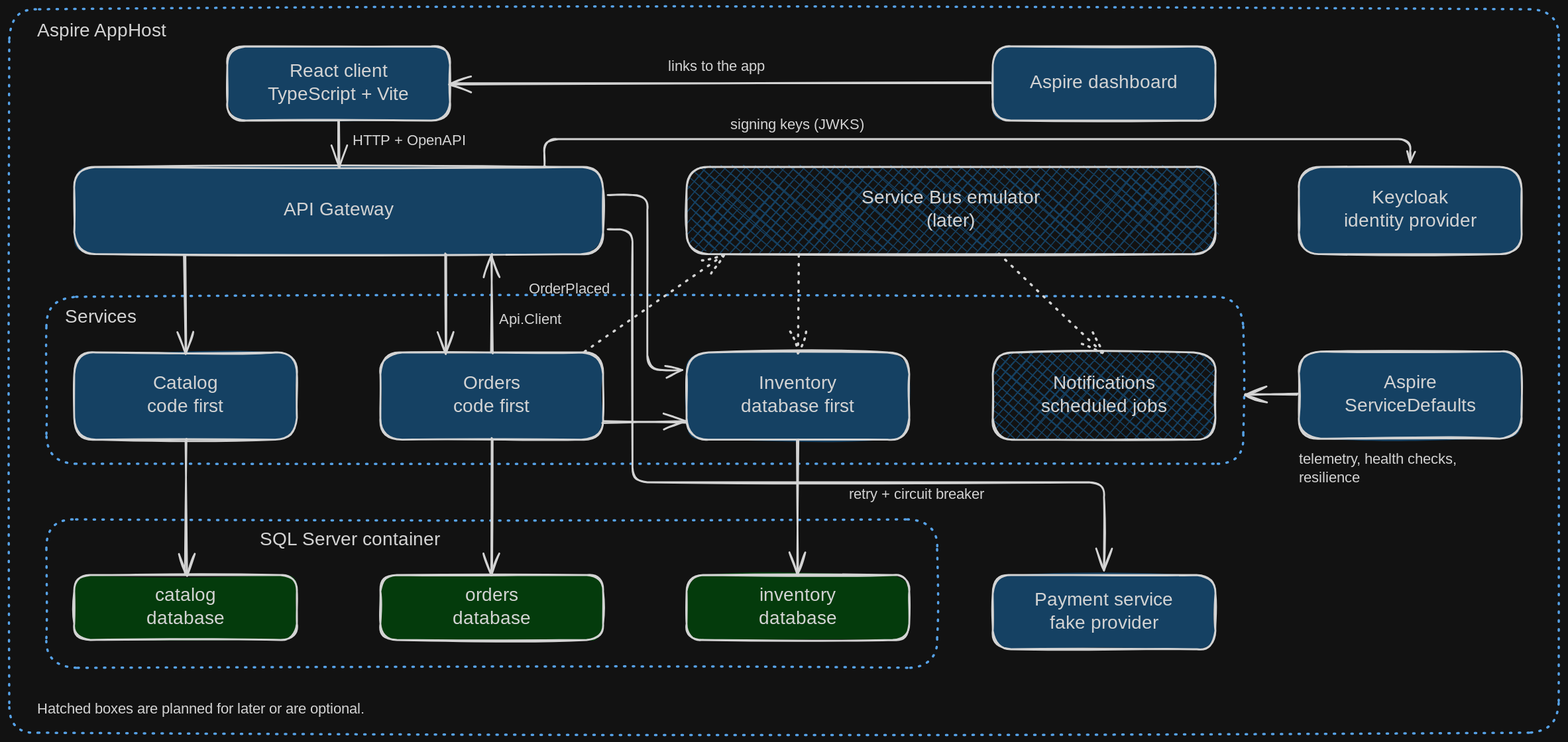
Before: resources/schemas/CatDemoArchitecture.excalidraw.svg, a diagram exported from Excalidraw (gmarginet/CleanArchitectureToolkit). Source tidied: one line per element, renumbered; positions are measured from the earlier drawing's top-left corner, leaving out a move shared by most shapes.
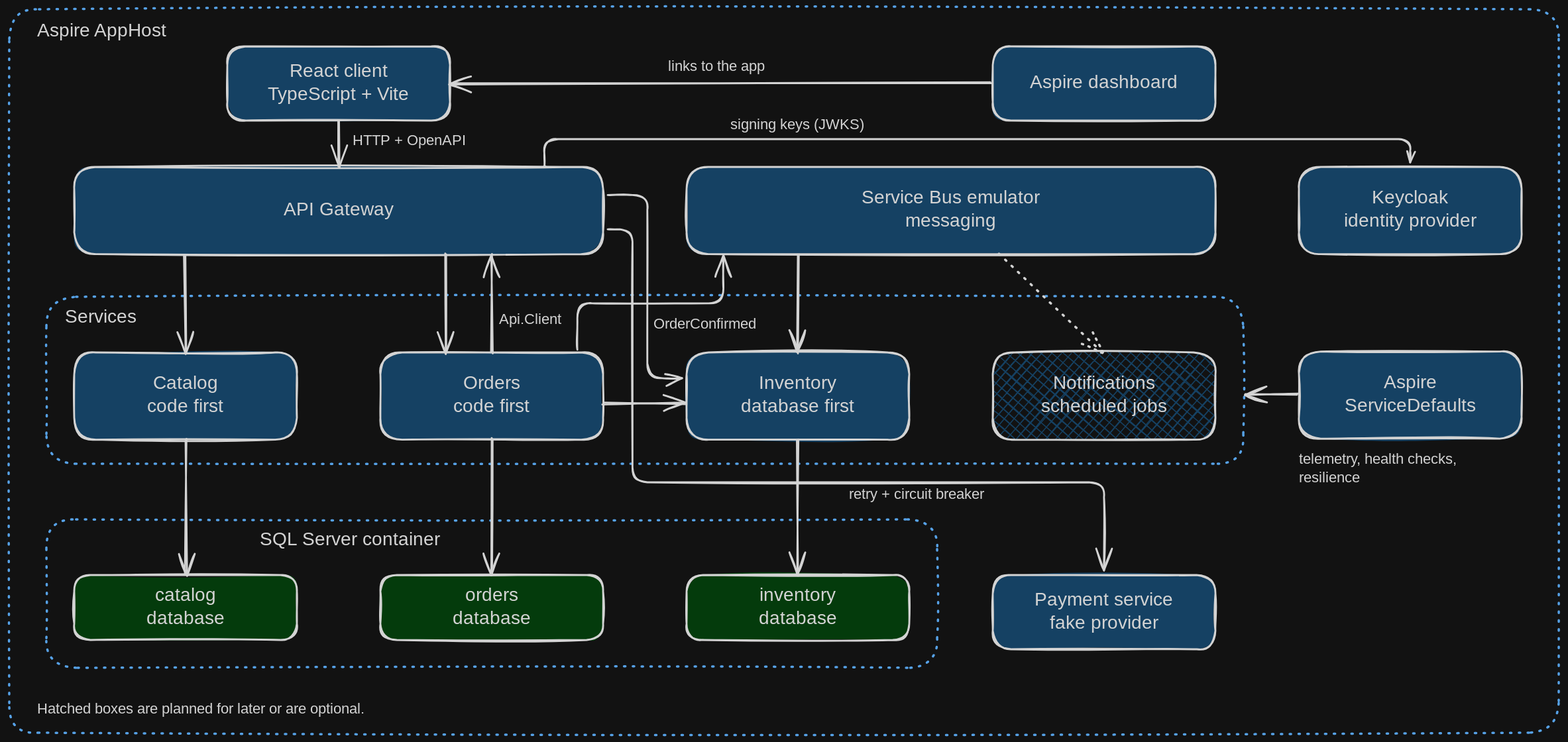
The same file after the commit.

Commit message:
Describe the OrderConfirmed message flow in the demo readme and drawing (skip-pub)

Add the Service Bus emulator chapter, the outbox and listener parts of the
Orders and Inventory chapters, and the new run steps. The drawing shows the
emulator as built, with solid arrows from Orders to the bus and from the bus
to Inventory.

Diff of the diagram source:
```diff
@@ -10,8 +10,8 @@
 {"id": 9, "type": "text", "text": "Aspire dashboard", "strokeColor": "#1e1e1e", "strokeWidth": 2, "roughness": 1, "fontSize": 20, "fontFamily": 5, "textAlign": "center", "verticalAlign": "middle", "inside": 8, "x": 1096, "y": 68, "width": 167, "height": 25}
 {"id": 10, "type": "rectangle", "strokeColor": "#1e1e1e", "backgroundColor": "#a5d8ff", "fillStyle": "solid", "strokeWidth": 2, "roughness": 1, "round": true, "x": 70, "y": 170, "width": 570, "height": 94}
 {"id": 11, "type": "text", "text": "API Gateway", "strokeColor": "#1e1e1e", "strokeWidth": 2, "roughness": 1, "fontSize": 20, "fontFamily": 5, "textAlign": "center", "verticalAlign": "middle", "inside": 10, "x": 299, "y": 204, "width": 111, "height": 25}
-{"id": 12, "type": "rectangle", "strokeColor": "#1e1e1e", "backgroundColor": "#a5d8ff", "fillStyle": "cross-hatch", "strokeWidth": 2, "roughness": 1, "round": true, "x": 730, "y": 170, "width": 570, "height": 94}
+{"id": 12, "type": "rectangle", "strokeColor": "#1e1e1e", "backgroundColor": "#a5d8ff", "fillStyle": "solid", "strokeWidth": 2, "roughness": 1, "round": true, "x": 730, "y": 170, "width": 570, "height": 94}
-{"id": 13, "type": "text", "text": "Service Bus emulator\n(later)", "strokeColor": "#1e1e1e", "strokeWidth": 2, "roughness": 1, "fontSize": 20, "fontFamily": 5, "textAlign": "center", "verticalAlign": "middle", "inside": 12, "x": 914, "y": 192, "width": 202, "height": 50}
+{"id": 13, "type": "text", "text": "Service Bus emulator\nmessaging", "strokeColor": "#1e1e1e", "strokeWidth": 2, "roughness": 1, "fontSize": 20, "fontFamily": 5, "textAlign": "center", "verticalAlign": "middle", "inside": 12, "x": 914, "y": 192, "width": 202, "height": 50}
 {"id": 14, "type": "rectangle", "strokeColor": "#1e1e1e", "backgroundColor": "#a5d8ff", "fillStyle": "solid", "strokeWidth": 2, "roughness": 1, "round": true, "x": 70, "y": 370, "width": 240, "height": 94}
 {"id": 15, "type": "text", "text": "Catalog\ncode first", "strokeColor": "#1e1e1e", "strokeWidth": 2, "roughness": 1, "fontSize": 20, "fontFamily": 5, "textAlign": "center", "verticalAlign": "middle", "inside": 14, "x": 140, "y": 392, "width": 101, "height": 50}
 {"id": 16, "type": "rectangle", "strokeColor": "#1e1e1e", "backgroundColor": "#a5d8ff", "fillStyle": "solid", "strokeWidth": 2, "roughness": 1, "round": true, "x": 400, "y": 370, "width": 240, "height": 94}
@@ -34,8 +34,8 @@
 {"id": 33, "type": "arrow", "strokeColor": "#1e1e1e", "strokeWidth": 2, "roughness": 1, "endArrowhead": "arrow", "round": true, "from": 8, "to": 6, "x": 1059, "y": 80, "width": 583, "height": 0, "points": [[0, 0], [-583, 0]]}
 {"id": 34, "type": "arrow", "strokeColor": "#1e1e1e", "strokeWidth": 2, "roughness": 1, "endArrowhead": "arrow", "round": true, "from": 10, "to": 14, "x": 190, "y": 264, "width": 0, "height": 106, "points": [[0, 0], [0, 106]]}
 {"id": 35, "type": "arrow", "strokeColor": "#1e1e1e", "strokeWidth": 2, "roughness": 1, "endArrowhead": "arrow", "round": true, "from": 10, "to": 16, "x": 470, "y": 264, "width": 0, "height": 106, "points": [[0, 0], [0, 106]]}
-{"id": 36, "type": "arrow", "strokeColor": "#1e1e1e", "strokeWidth": 2, "strokeStyle": "dotted", "roughness": 1, "endArrowhead": "arrow", "round": true, "from": 16, "to": 12, "x": 620, "y": 370, "width": 150, "height": 106, "points": [[0, 0], [150, -106]]}
+{"id": 36, "type": "arrow", "strokeColor": "#1e1e1e", "strokeWidth": 2, "roughness": 1, "endArrowhead": "arrow", "from": 16, "to": 12, "x": 612, "y": 367, "width": 157, "height": 102, "points": [[0, 0], [0, -50], [157, -50], [157, -102]]}
-{"id": 37, "type": "arrow", "strokeColor": "#1e1e1e", "strokeWidth": 2, "strokeStyle": "dotted", "roughness": 1, "endArrowhead": "arrow", "round": true, "from": 12, "to": 18, "x": 850, "y": 264, "width": 0, "height": 106, "points": [[0, 0], [0, 106]]}
+{"id": 37, "type": "arrow", "strokeColor": "#1e1e1e", "strokeWidth": 2, "roughness": 1, "endArrowhead": "arrow", "round": true, "from": 12, "to": 18, "x": 850, "y": 264, "width": 0, "height": 106, "points": [[0, 0], [0, 106]]}
 {"id": 38, "type": "arrow", "strokeColor": "#1e1e1e", "strokeWidth": 2, "strokeStyle": "dotted", "roughness": 1, "endArrowhead": "arrow", "round": true, "from": 12, "to": 20, "x": 1066, "y": 264, "width": 114, "height": 105, "points": [[0, 0], [114, 105]]}
 {"id": 39, "type": "arrow", "strokeColor": "#1e1e1e", "strokeWidth": 2, "roughness": 1, "endArrowhead": "arrow", "round": true, "from": 16, "to": 10, "x": 520, "y": 370, "width": 0, "height": 106, "points": [[0, 0], [0, -106]]}
 {"id": 40, "type": "arrow", "strokeColor": "#1e1e1e", "strokeWidth": 2, "roughness": 1, "endArrowhead": "arrow", "round": true, "from": 14, "to": 24, "x": 190, "y": 464, "width": 0, "height": 146, "points": [[0, 0], [0, 146]]}
@@ -45,7 +45,7 @@
 {"id": 44, "type": "arrow", "strokeColor": "#1e1e1e", "strokeWidth": 2, "roughness": 1, "endArrowhead": "arrow", "round": true, "from": 22, "to": 1, "x": 1389, "y": 416, "width": 58, "height": 0, "points": [[0, 0], [-58, 0]]}
 {"id": 45, "type": "text", "text": "HTTP + OpenAPI", "strokeColor": "#1e1e1e", "strokeWidth": 2, "roughness": 1, "fontSize": 16, "fontFamily": 5, "x": 370, "y": 132, "width": 113, "height": 20}
 {"id": 46, "type": "text", "text": "links to the app", "strokeColor": "#1e1e1e", "strokeWidth": 2, "roughness": 1, "fontSize": 16, "fontFamily": 5, "x": 710, "y": 52, "width": 130, "height": 20}
-{"id": 47, "type": "text", "text": "OrderPlaced", "strokeColor": "#1e1e1e", "strokeWidth": 2, "roughness": 1, "fontSize": 16, "fontFamily": 5, "x": 560, "y": 292, "width": 89, "height": 20}
+{"id": 47, "type": "text", "text": "OrderConfirmed", "strokeColor": "#1e1e1e", "strokeWidth": 2, "roughness": 1, "fontSize": 16, "fontFamily": 5, "x": 694, "y": 330, "width": 113, "height": 20}
 {"id": 48, "type": "text", "text": "Api.Client", "strokeColor": "#1e1e1e", "strokeWidth": 2, "roughness": 1, "fontSize": 16, "fontFamily": 5, "x": 528, "y": 325, "width": 81, "height": 20}
 {"id": 49, "type": "text", "text": "retry + circuit breaker", "strokeColor": "#1e1e1e", "strokeWidth": 2, "roughness": 1, "fontSize": 16, "fontFamily": 5, "x": 905, "y": 514, "width": 186, "height": 20}
 {"id": 50, "type": "text", "text": "telemetry, health checks,\nresilience", "strokeColor": "#1e1e1e", "strokeWidth": 2, "roughness": 1, "fontSize": 16, "fontFamily": 5, "x": 1390, "y": 476, "width": 202, "height": 40}
@@ -54,5 +54,5 @@
 {"id": 53, "type": "text", "text": "Keycloak\nidentity provider", "strokeColor": "#1e1e1e", "strokeWidth": 2, "roughness": 1, "fontSize": 20, "fontFamily": 5, "textAlign": "center", "verticalAlign": "middle", "inside": 52, "x": 1424, "y": 192, "width": 172, "height": 50}
 {"id": 54, "type": "arrow", "strokeColor": "#1e1e1e", "strokeWidth": 2, "roughness": 1, "endArrowhead": "arrow", "from": 10, "to": 52, "x": 577, "y": 170, "width": 933, "height": 30, "points": [[0, 0], [0, 0], [0, -30], [933, -30], [933, -5]]}
 {"id": 55, "type": "text", "text": "signing keys (JWKS)", "strokeColor": "#1e1e1e", "strokeWidth": 2, "roughness": 1, "fontSize": 16, "fontFamily": 5, "x": 777, "y": 115, "width": 154, "height": 20}
-{"id": 56, "type": "arrow", "strokeColor": "#1e1e1e", "strokeWidth": 2, "roughness": 1, "endArrowhead": "arrow", "round": true, "from": 16, "to": 18, "x": 640, "y": 445, "width": 90, "height": 0, "points": [[0, 0], [90, 0]]}
+{"id": 56, "type": "arrow", "strokeColor": "#1e1e1e", "strokeWidth": 2, "roughness": 1, "endArrowhead": "arrow", "round": true, "from": 16, "to": 18, "x": 640, "y": 425, "width": 90, "height": 0, "points": [[0, 0], [90, 0]]}
-{"id": 57, "type": "arrow", "strokeColor": "#1e1e1e", "strokeWidth": 2, "roughness": 1, "endArrowhead": "arrow", "from": 10, "to": 18, "x": 645, "y": 200, "width": 80, "height": 189, "points": [[0, 0], [43, 0], [43, 189], [80, 189]]}
+{"id": 57, "type": "arrow", "strokeColor": "#1e1e1e", "strokeWidth": 2, "roughness": 1, "endArrowhead": "arrow", "from": 10, "to": 18, "x": 645, "y": 200, "width": 80, "height": 197, "points": [[0, 0], [43, 0], [43, 197], [80, 197]]}
```
